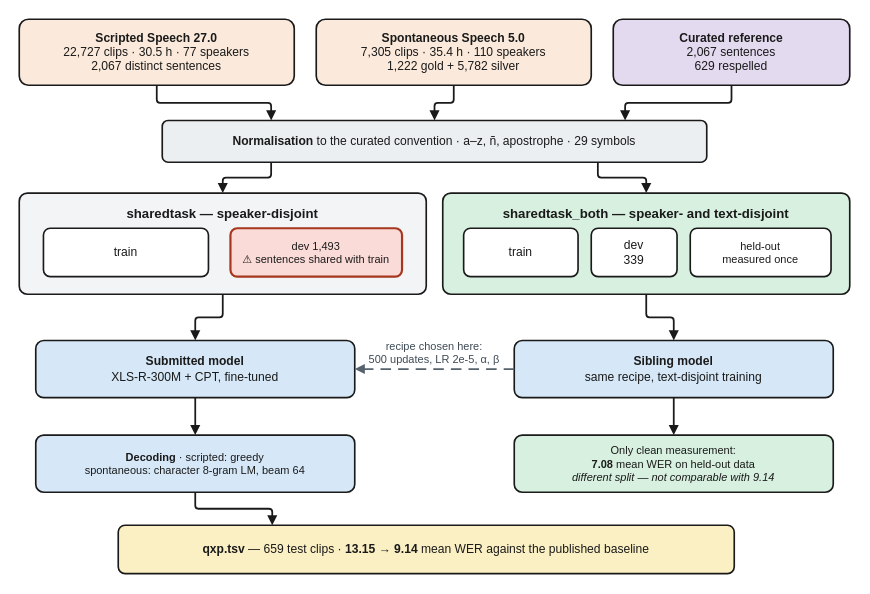
This is deliverables/paper/figures/pipeline_pastel.drawio from raymond1242/asr-puno-quechua, a draw.io file, before an edit. Source tidied: cells renumbered, new cells numbered last; positions are measured from the earlier drawing's top-left corner, leaving out a move shared by most shapes. Both pictures are drawn from the tidied source at 110%, with x=0, y=0 at pixel (19, 19).
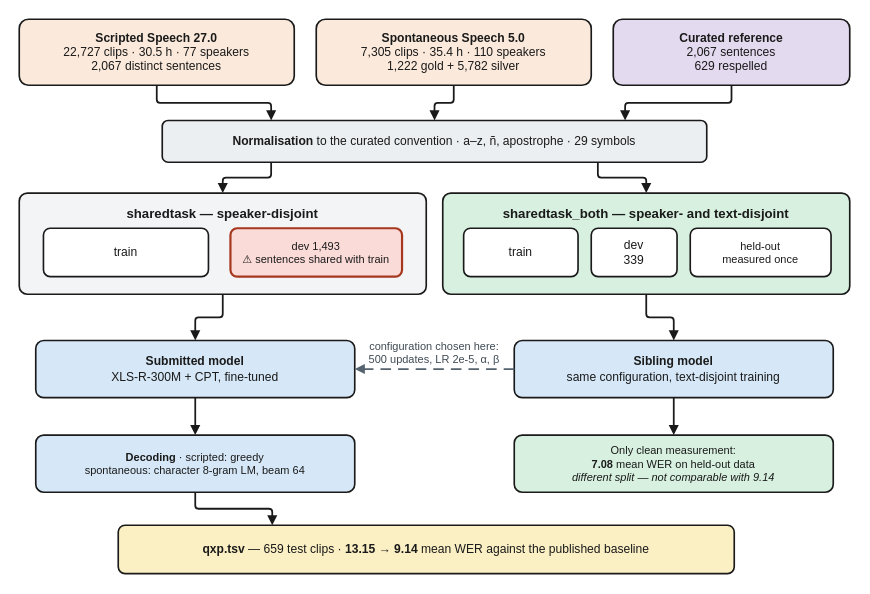
The same diagram, later.

Unchanged cells that the change refers to:
```xml
<mxCell id="13" value="&lt;b&gt;Submitted model&lt;/b&gt;&lt;br&gt;XLS-R-300M + CPT, fine-tuned" style="rounded=1;arcSize=14;whiteSpace=wrap;html=1;strokeColor=#1A1A1A;strokeWidth=1.5;fontSize=11;fontFamily=Helvetica;fontColor=#1A1A1A;align=center;verticalAlign=middle;fillColor=#D6E8F7;" parent="1" vertex="1">
  <mxGeometry x="15" y="292" width="290" height="52" as="geometry" />
</mxCell>
```

Change to the diagram source:
```diff
@@
-    <mxCell id="14" value="&lt;b&gt;Sibling model&lt;/b&gt;&lt;br&gt;same recipe, text-disjoint training" style="rounded=1;arcSize=14;whiteSpace=wrap;html=1;strokeColor=#1A1A1A;strokeWidth=1.5;fontSize=11;fontFamily=Helvetica;fontColor=#1A1A1A;align=center;verticalAlign=middle;fillColor=#D6E8F7;" parent="1" vertex="1">
+    <mxCell id="14" value="&lt;b&gt;Sibling model&lt;/b&gt;&lt;br&gt;same configuration, text-disjoint training" style="rounded=1;arcSize=14;whiteSpace=wrap;html=1;strokeColor=#1A1A1A;strokeWidth=1.5;fontSize=11;fontFamily=Helvetica;fontColor=#1A1A1A;align=center;verticalAlign=middle;fillColor=#D6E8F7;" parent="1" vertex="1">
       <mxGeometry x="450" y="292" width="290" height="52" as="geometry" />
     </mxCell>
@@
-    <mxCell id="28" value="recipe chosen here:&#10;500 updates, LR 2e-5, α, β" style="edgeStyle=orthogonalEdgeStyle;rounded=1;html=1;strokeColor=#55636E;strokeWidth=1.6;dashed=1;dashPattern=6 4;endArrow=block;endFill=1;endSize=5;fontSize=10;fontFamily=Helvetica;fontColor=#3E4A54;labelBackgroundColor=none;verticalAlign=bottom;exitX=0;exitY=0.5;exitDx=0;exitDy=0;entryX=1;entryY=0.5;entryDx=0;entryDy=0;" parent="1" edge="1" source="14" target="13">
+    <mxCell id="28" value="configuration chosen here:&#10;500 updates, LR 2e-5, α, β" style="edgeStyle=orthogonalEdgeStyle;rounded=1;html=1;strokeColor=#55636E;strokeWidth=1.6;dashed=1;dashPattern=6 4;endArrow=block;endFill=1;endSize=5;fontSize=10;fontFamily=Helvetica;fontColor=#3E4A54;labelBackgroundColor=none;verticalAlign=bottom;exitX=0;exitY=0.5;exitDx=0;exitDy=0;entryX=1;entryY=0.5;entryDx=0;entryDy=0;" parent="1" edge="1" source="14" target="13">
       <mxGeometry relative="1" as="geometry" />
     </mxCell>
```
